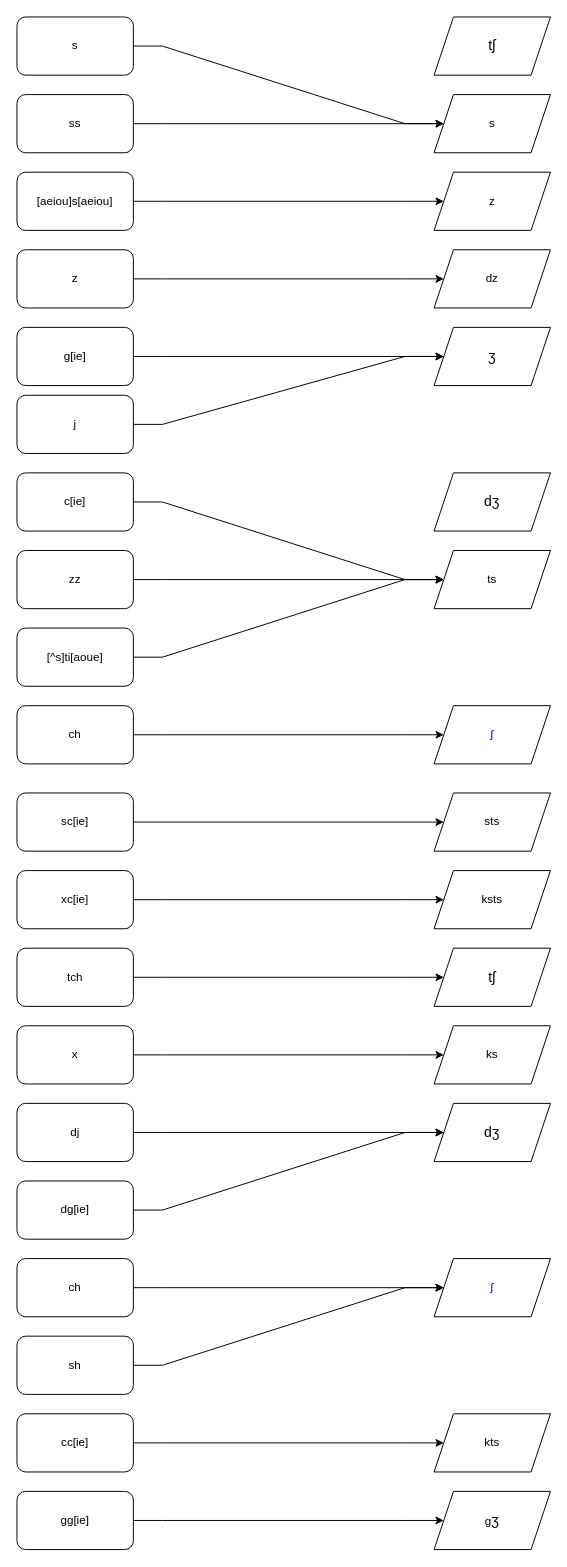
This is proposed mappings.drawio from medavox/drawio.diagrams, a draw.io file, before an edit. Source tidied: cells renumbered, new cells numbered last; positions are measured from the earlier drawing's top-left corner, leaving out a move shared by most shapes. Both pictures are drawn from the tidied source at 97%, with x=0, y=0 at pixel (16, 16).
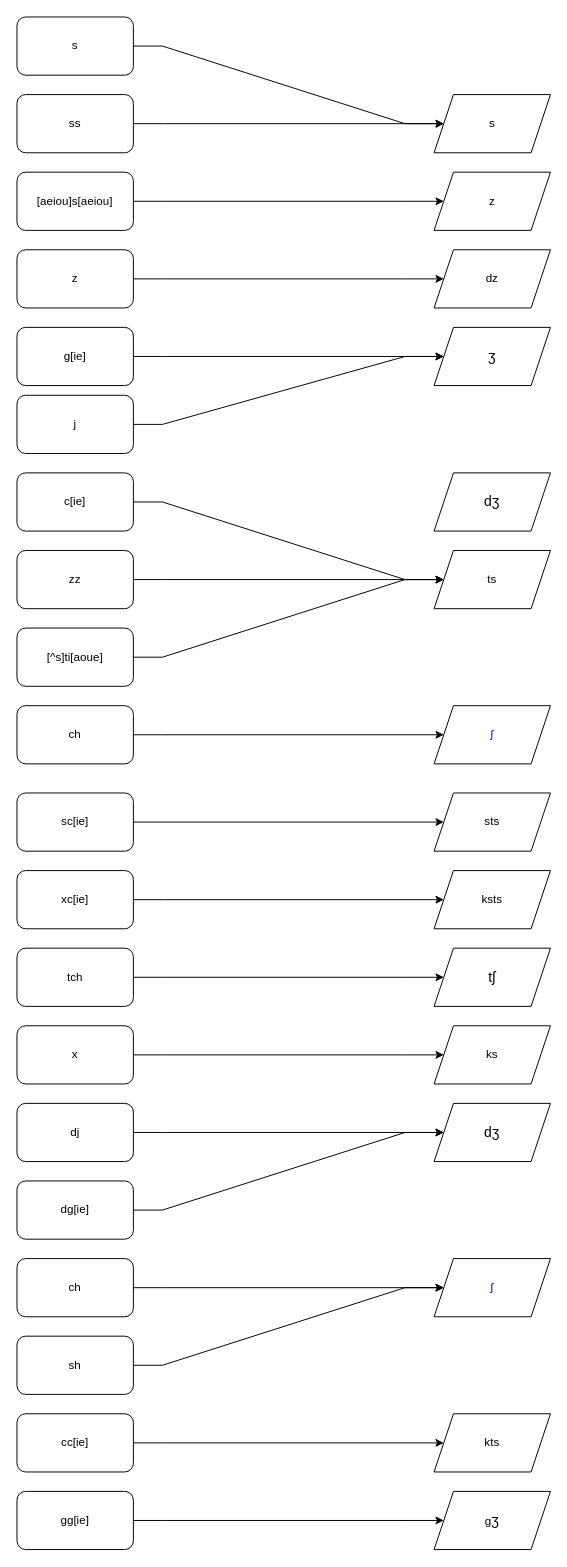
After the change.

What changed in the source:
```diff
@@
-    <mxCell id="9" value="&lt;span style=&quot;font-size: 120%;&quot;&gt;&lt;span class=&quot;IPA&quot; title=&quot;Representation in the International Phonetic Alphabet (IPA)&quot; lang=&quot;und-Latn-fonipa&quot;&gt;tʃ&lt;/span&gt;&lt;/span&gt;" style="shape=parallelogram;perimeter=parallelogramPerimeter;whiteSpace=wrap;html=1;fixedSize=1;" parent="1" vertex="1">
-      <mxGeometry x="430" width="120" height="60" as="geometry" />
-    </mxCell>
```
